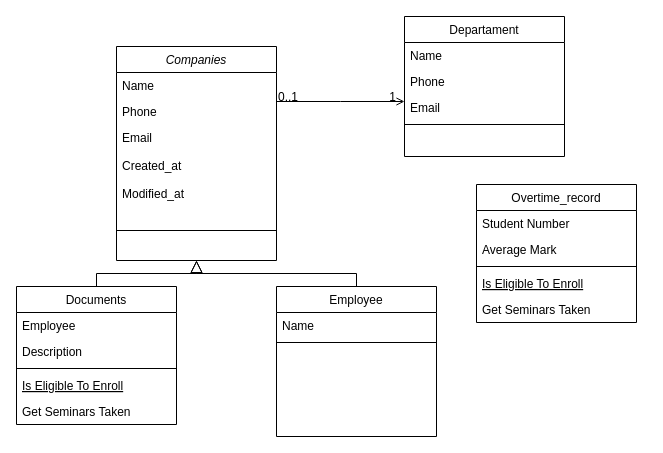
The draw.io diagram Diagrama sem nome.drawio in lucashfernandes91/hr-management, before the edit. Source tidied: cells renumbered, new cells numbered last; positions are measured from the earlier drawing's top-left corner, leaving out a move shared by most shapes. Both pictures are drawn from the tidied source at 100%, with x=0, y=0 at pixel (16, 16).
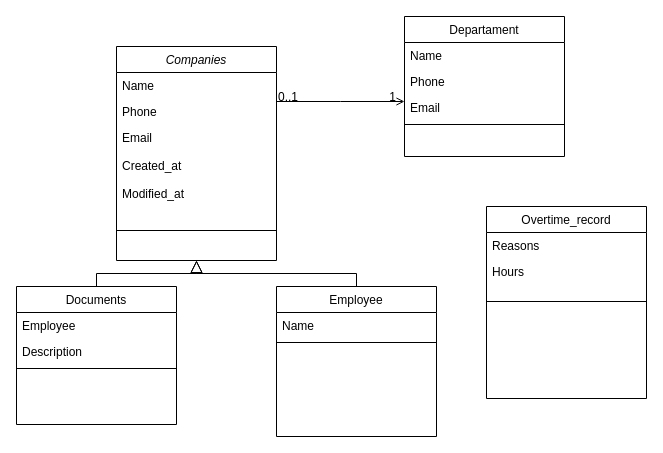
Above is the later version.

The change refers to these unchanged cells:
```xml
<mxCell id="7" value="Documents&#10;" style="swimlane;fontStyle=0;align=center;verticalAlign=top;horizontal=1;startSize=26;rounded=0;shadow=0;strokeWidth=1;" parent="1" vertex="1">
  <mxGeometry y="270" width="160" height="138" as="geometry" />
</mxCell>
```

Diff of the diagram source:
```diff
@@
-    <mxCell id="11" value="Is Eligible To Enroll" style="text;align=left;verticalAlign=top;spacingLeft=4;spacingRight=4;overflow=hidden;fontStyle=4;" parent="7" vertex="1">
-      <mxGeometry y="86" width="160" height="26" as="geometry" />
-    </mxCell>
-    <mxCell id="12" value="Get Seminars Taken" style="text;align=left;verticalAlign=top;spacingLeft=4;spacingRight=4;overflow=hidden;" parent="7" vertex="1">
-      <mxGeometry y="112" width="160" height="26" as="geometry" />
-    </mxCell>
@@
     <mxCell id="26" value="Overtime_record" style="swimlane;fontStyle=0;align=center;verticalAlign=top;horizontal=1;startSize=26;rounded=0;shadow=0;strokeWidth=1;" parent="1" vertex="1">
-      <mxGeometry x="460" y="168" width="160" height="138" as="geometry" />
+      <mxGeometry x="470" y="190" width="160" height="192" as="geometry" />
     </mxCell>
-    <mxCell id="27" value="Student Number" style="text;align=left;verticalAlign=top;spacingLeft=4;spacingRight=4;overflow=hidden;" parent="26" vertex="1">
+    <mxCell id="27" value="Reasons" style="text;align=left;verticalAlign=top;spacingLeft=4;spacingRight=4;overflow=hidden;" parent="26" vertex="1">
       <mxGeometry y="26" width="160" height="26" as="geometry" />
     </mxCell>
-    <mxCell id="28" value="Average Mark" style="text;align=left;verticalAlign=top;spacingLeft=4;spacingRight=4;overflow=hidden;rounded=0;shadow=0;html=0;" parent="26" vertex="1">
+    <mxCell id="28" value="Hours" style="text;align=left;verticalAlign=top;spacingLeft=4;spacingRight=4;overflow=hidden;rounded=0;shadow=0;html=0;" parent="26" vertex="1">
       <mxGeometry y="52" width="160" height="26" as="geometry" />
     </mxCell>
     <mxCell id="29" style="line;html=1;strokeWidth=1;align=left;verticalAlign=middle;spacingTop=-1;spacingLeft=3;spacingRight=3;labelPosition=right;" parent="26" vertex="1">
-      <mxGeometry y="78" width="160" height="8" as="geometry" />
+      <mxGeometry y="78" width="160" height="34" as="geometry" />
     </mxCell>
-    <mxCell id="30" value="Is Eligible To Enroll" style="text;align=left;verticalAlign=top;spacingLeft=4;spacingRight=4;overflow=hidden;fontStyle=4;" parent="26" vertex="1">
-      <mxGeometry y="86" width="160" height="26" as="geometry" />
-    </mxCell>
-    <mxCell id="31" value="Get Seminars Taken" style="text;align=left;verticalAlign=top;spacingLeft=4;spacingRight=4;overflow=hidden;" parent="26" vertex="1">
-      <mxGeometry y="112" width="160" height="26" as="geometry" />
-    </mxCell>
```
